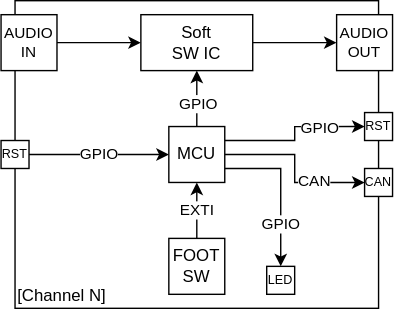
cracked-machine/4WayPedalMux keeps this draw.io diagram as design/Overview.drawio.svg. Above is the earlier version. Source tidied: cells renumbered, new cells last; positions are measured from the earlier drawing's top-left corner, leaving out a move shared by most shapes.
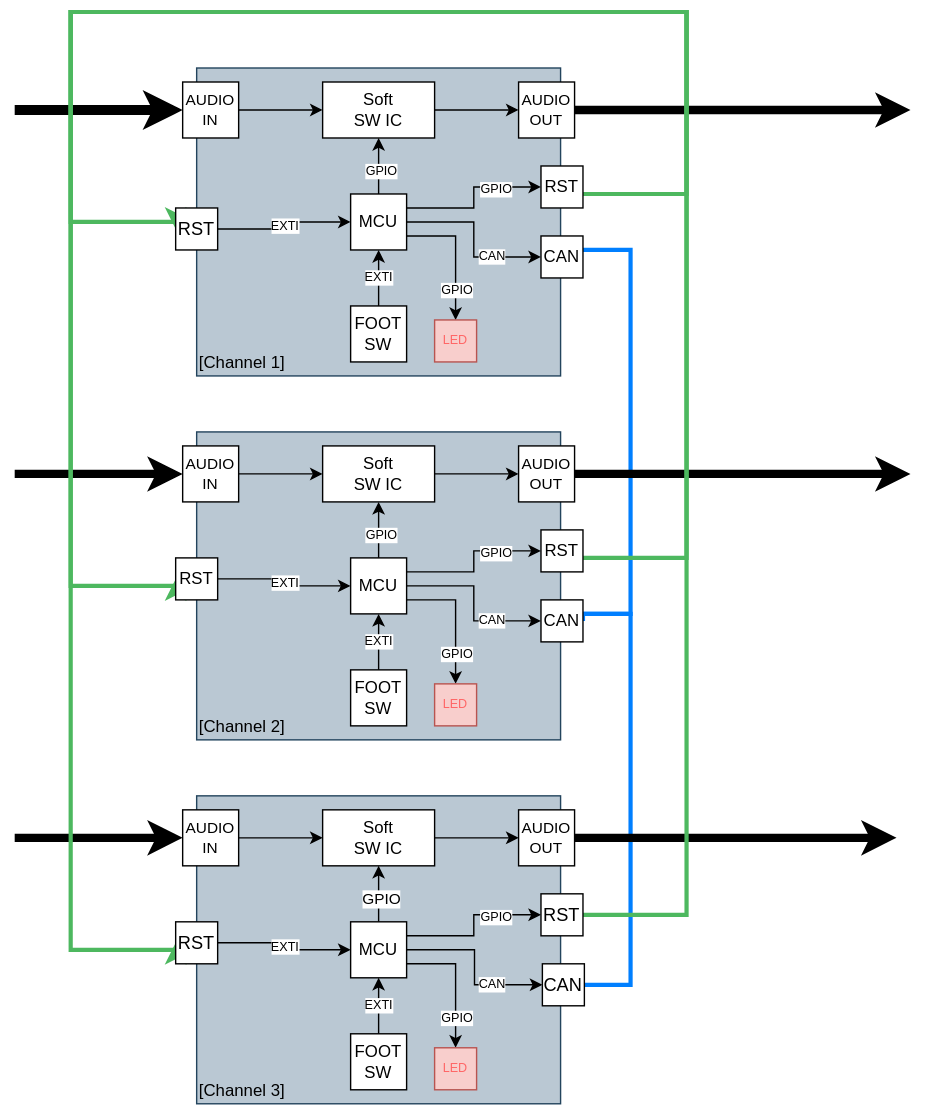
After the commit.

Change to the diagram source:
```diff
@@ -4,3 +4,3 @@
     <mxCell id="1" parent="0" />
-    <mxCell id="2" value="&lt;div&gt;&lt;br&gt;&lt;/div&gt;&lt;div&gt;&lt;br&gt;&lt;/div&gt;&lt;div&gt;&lt;br&gt;&lt;/div&gt;&lt;div&gt;&lt;br&gt;&lt;/div&gt;&lt;div&gt;&lt;br&gt;&lt;/div&gt;&lt;div&gt;&lt;br&gt;&lt;/div&gt;&lt;div&gt;&lt;br&gt;&lt;/div&gt;&lt;div&gt;&lt;br&gt;&lt;/div&gt;&lt;div&gt;&lt;br&gt;&lt;/div&gt;&lt;div&gt;&lt;br&gt;&lt;/div&gt;&lt;div&gt;&lt;br&gt;&lt;/div&gt;&lt;div&gt;&lt;br&gt;&lt;/div&gt;&lt;div align=&quot;left&quot;&gt;&lt;br&gt;&lt;/div&gt;&lt;div align=&quot;left&quot;&gt;&lt;br&gt;&lt;/div&gt;&lt;div align=&quot;left&quot;&gt;[Channel N]&lt;br&gt;&lt;/div&gt;" style="rounded=0;whiteSpace=wrap;html=1;align=left;" parent="1" vertex="1">
+    <mxCell id="2" value="&lt;div&gt;&lt;br&gt;&lt;/div&gt;&lt;div&gt;&lt;br&gt;&lt;/div&gt;&lt;div&gt;&lt;br&gt;&lt;/div&gt;&lt;div&gt;&lt;br&gt;&lt;/div&gt;&lt;div&gt;&lt;br&gt;&lt;/div&gt;&lt;div&gt;&lt;br&gt;&lt;/div&gt;&lt;div&gt;&lt;br&gt;&lt;/div&gt;&lt;div&gt;&lt;br&gt;&lt;/div&gt;&lt;div&gt;&lt;br&gt;&lt;/div&gt;&lt;div&gt;&lt;br&gt;&lt;/div&gt;&lt;div&gt;&lt;br&gt;&lt;/div&gt;&lt;div&gt;&lt;br&gt;&lt;/div&gt;&lt;div align=&quot;left&quot;&gt;&lt;br&gt;&lt;/div&gt;&lt;div align=&quot;left&quot;&gt;&lt;br&gt;&lt;/div&gt;&lt;div align=&quot;left&quot;&gt;[Channel 1]&lt;br&gt;&lt;/div&gt;" style="rounded=0;whiteSpace=wrap;html=1;align=left;fillColor=#bac8d3;strokeColor=#23445d;" parent="1" vertex="1">
       <mxGeometry x="10" width="260" height="220" as="geometry" />
@@ -16,3 +16,3 @@
     </mxCell>
-    <mxCell id="6" value="GPIO" style="edgeLabel;html=1;align=center;verticalAlign=middle;" parent="5" vertex="1">
+    <mxCell id="6" value="GPIO" style="edgeLabel;html=1;align=center;verticalAlign=middle;fontSize=9;" parent="5" vertex="1">
       <mxGeometry x="-0.2" y="-1" relative="1" as="geometry" />
@@ -22,3 +22,3 @@
     </mxCell>
-    <mxCell id="8" value="GPIO" style="edgeLabel;html=1;align=center;verticalAlign=middle;" parent="7" vertex="1">
+    <mxCell id="8" value="GPIO" style="edgeLabel;html=1;align=center;verticalAlign=middle;fontSize=9;" parent="7" vertex="1">
       <mxGeometry x="-0.15" y="2" relative="1" as="geometry">
@@ -30,3 +30,3 @@
     </mxCell>
-    <mxCell id="10" value="GPIO" style="edgeLabel;html=1;align=center;verticalAlign=middle;" parent="9" vertex="1">
+    <mxCell id="10" value="GPIO" style="edgeLabel;html=1;align=center;verticalAlign=middle;fontSize=9;" parent="9" vertex="1">
       <mxGeometry x="0.4" y="-1" relative="1" as="geometry" />
@@ -36,3 +36,3 @@
     </mxCell>
-    <mxCell id="12" value="CAN" style="edgeLabel;html=1;align=center;verticalAlign=middle;" parent="11" vertex="1">
+    <mxCell id="12" value="CAN" style="edgeLabel;html=1;align=center;verticalAlign=middle;fontSize=9;" parent="11" vertex="1">
       <mxGeometry x="0.39" y="1" relative="1" as="geometry" />
@@ -42,3 +42,3 @@
     </mxCell>
-    <mxCell id="14" value="EXTI" style="edgeStyle=orthogonalEdgeStyle;rounded=0;jettySize=auto;html=1;" parent="1" edge="1" source="15" target="13">
+    <mxCell id="14" value="EXTI" style="edgeStyle=orthogonalEdgeStyle;rounded=0;jettySize=auto;html=1;fontSize=9;" parent="1" edge="1" source="15" target="13">
       <mxGeometry relative="1" as="geometry" />
@@ -51,2 +51,7 @@
     </mxCell>
+    <mxCell id="24" style="edgeStyle=orthogonalEdgeStyle;rounded=0;jettySize=auto;html=1;strokeWidth=7;endArrow=none;endFill=0;startArrow=classic;startFill=1;" parent="1" edge="1" source="17">
+      <mxGeometry relative="1" as="geometry">
+        <mxPoint x="-120" y="30" as="targetPoint" />
+      </mxGeometry>
+    </mxCell>
     <mxCell id="17" value="&lt;div style=&quot;font-size: 11px;&quot;&gt;AUDIO&lt;/div&gt;&lt;div style=&quot;font-size: 11px;&quot;&gt;IN&lt;br style=&quot;font-size: 11px;&quot;&gt;&lt;/div&gt;" style="rounded=0;whiteSpace=wrap;html=1;fontSize=11;" parent="1" vertex="1">
@@ -54,2 +59,7 @@
     </mxCell>
+    <mxCell id="25" style="edgeStyle=orthogonalEdgeStyle;rounded=0;jettySize=auto;html=1;strokeWidth=6;" parent="1" edge="1" source="18">
+      <mxGeometry relative="1" as="geometry">
+        <mxPoint x="520" y="30" as="targetPoint" />
+      </mxGeometry>
+    </mxCell>
     <mxCell id="18" value="&lt;div style=&quot;font-size: 11px;&quot;&gt;AUDIO&lt;/div&gt;&lt;div style=&quot;font-size: 11px;&quot;&gt;OUT&lt;br style=&quot;font-size: 11px;&quot;&gt;&lt;/div&gt;" style="rounded=0;whiteSpace=wrap;html=1;fontSize=11;" parent="1" vertex="1">
@@ -57,17 +67,219 @@
     </mxCell>
-    <mxCell id="19" value="LED" style="whiteSpace=wrap;html=1;fontSize=9;" parent="1" vertex="1">
-      <mxGeometry x="190" y="190" width="20" height="20" as="geometry" />
+    <mxCell id="19" value="LED" style="whiteSpace=wrap;html=1;fontSize=9;fillColor=#f8cecc;strokeColor=#b85450;fontColor=#FF6666;" parent="1" vertex="1">
+      <mxGeometry x="180" y="180" width="30" height="30" as="geometry" />
     </mxCell>
+    <mxCell id="26" style="edgeStyle=orthogonalEdgeStyle;rounded=0;jettySize=auto;html=1;entryX=0;entryY=0.5;entryDx=0;entryDy=0;fillColor=#f8cecc;strokeColor=#4DB85F;strokeWidth=3;" parent="1" edge="1" source="20" target="23">
+      <mxGeometry relative="1" as="geometry">
+        <Array as="points">
+          <mxPoint x="360" y="90" />
+          <mxPoint x="360" y="-40" />
+          <mxPoint x="-80" y="-40" />
+          <mxPoint x="-80" y="110" />
+        </Array>
+      </mxGeometry>
+    </mxCell>
-    <mxCell id="20" value="&lt;font style=&quot;font-size: 9px;&quot;&gt;RST&lt;/font&gt;" style="rounded=0;whiteSpace=wrap;html=1;fontSize=9;" parent="1" vertex="1">
-      <mxGeometry x="260" y="80" width="20" height="20" as="geometry" />
+    <mxCell id="20" value="&lt;font style=&quot;font-size: 12px;&quot;&gt;RST&lt;/font&gt;" style="rounded=0;whiteSpace=wrap;html=1;fontSize=12;" parent="1" vertex="1">
+      <mxGeometry x="256" y="70" width="30" height="30" as="geometry" />
     </mxCell>
+    <mxCell id="27" style="edgeStyle=orthogonalEdgeStyle;rounded=0;jettySize=auto;html=1;entryX=1;entryY=0.5;entryDx=0;entryDy=0;endArrow=none;endFill=0;strokeColor=#007FFF;strokeWidth=3;" parent="1" edge="1" source="21" target="51">
+      <mxGeometry relative="1" as="geometry">
+        <Array as="points">
+          <mxPoint x="320" y="130" />
+          <mxPoint x="320" y="390" />
+        </Array>
+      </mxGeometry>
+    </mxCell>
-    <mxCell id="21" value="CAN" style="rounded=0;whiteSpace=wrap;html=1;fontSize=9;" parent="1" vertex="1">
-      <mxGeometry x="260" y="120" width="20" height="20" as="geometry" />
+    <mxCell id="21" value="CAN" style="rounded=0;whiteSpace=wrap;html=1;fontSize=12;" parent="1" vertex="1">
+      <mxGeometry x="256" y="120" width="30" height="30" as="geometry" />
     </mxCell>
-    <mxCell id="22" value="GPIO" style="edgeStyle=orthogonalEdgeStyle;rounded=0;jettySize=auto;html=1;entryX=0;entryY=0.5;entryDx=0;entryDy=0;" parent="1" edge="1" source="23" target="13">
-      <mxGeometry relative="1" as="geometry" />
+    <mxCell id="22" value="EXTI" style="edgeStyle=orthogonalEdgeStyle;rounded=0;jettySize=auto;html=1;entryX=0;entryY=0.5;entryDx=0;entryDy=0;fontSize=9;" parent="1" edge="1" source="23" target="13">
+      <mxGeometry x="0.01" relative="1" as="geometry" />
     </mxCell>
-    <mxCell id="23" value="&lt;font style=&quot;font-size: 9px;&quot;&gt;RST&lt;/font&gt;" style="rounded=0;whiteSpace=wrap;html=1;fontSize=9;" parent="1" vertex="1">
-      <mxGeometry y="100" width="20" height="20" as="geometry" />
+    <mxCell id="23" value="&lt;font style=&quot;font-size: 13px;&quot;&gt;RST&lt;/font&gt;" style="rounded=0;whiteSpace=wrap;html=1;fontSize=13;" parent="1" vertex="1">
+      <mxGeometry x="-5" y="100" width="30" height="30" as="geometry" />
     </mxCell>
+    <mxCell id="28" value="&lt;div&gt;&lt;br&gt;&lt;/div&gt;&lt;div&gt;&lt;br&gt;&lt;/div&gt;&lt;div&gt;&lt;br&gt;&lt;/div&gt;&lt;div&gt;&lt;br&gt;&lt;/div&gt;&lt;div&gt;&lt;br&gt;&lt;/div&gt;&lt;div&gt;&lt;br&gt;&lt;/div&gt;&lt;div&gt;&lt;br&gt;&lt;/div&gt;&lt;div&gt;&lt;br&gt;&lt;/div&gt;&lt;div&gt;&lt;br&gt;&lt;/div&gt;&lt;div&gt;&lt;br&gt;&lt;/div&gt;&lt;div&gt;&lt;br&gt;&lt;/div&gt;&lt;div&gt;&lt;br&gt;&lt;/div&gt;&lt;div align=&quot;left&quot;&gt;&lt;br&gt;&lt;/div&gt;&lt;div align=&quot;left&quot;&gt;&lt;br&gt;&lt;/div&gt;&lt;div align=&quot;left&quot;&gt;[Channel 2]&lt;br&gt;&lt;/div&gt;" style="rounded=0;whiteSpace=wrap;html=1;align=left;fillColor=#bac8d3;strokeColor=#23445d;" parent="1" vertex="1">
+      <mxGeometry x="10" y="260" width="260" height="220" as="geometry" />
+    </mxCell>
+    <mxCell id="29" style="edgeStyle=orthogonalEdgeStyle;rounded=0;jettySize=auto;html=1;" parent="1" edge="1" source="30" target="46">
+      <mxGeometry relative="1" as="geometry" />
+    </mxCell>
+    <mxCell id="30" value="&lt;div&gt;Soft&lt;/div&gt;&lt;div&gt;SW IC&lt;br&gt;&lt;/div&gt;" style="rounded=0;whiteSpace=wrap;html=1;" parent="1" vertex="1">
+      <mxGeometry x="100" y="270" width="80" height="40" as="geometry" />
+    </mxCell>
+    <mxCell id="31" style="edgeStyle=orthogonalEdgeStyle;rounded=0;jettySize=auto;html=1;" parent="1" edge="1" source="39" target="30">
+      <mxGeometry relative="1" as="geometry" />
+    </mxCell>
+    <mxCell id="32" value="GPIO" style="edgeLabel;html=1;align=center;verticalAlign=middle;fontSize=9;" parent="31" vertex="1">
+      <mxGeometry x="-0.2" y="-1" relative="1" as="geometry" />
+    </mxCell>
+    <mxCell id="33" style="edgeStyle=orthogonalEdgeStyle;rounded=0;jettySize=auto;html=1;exitX=1;exitY=0.75;exitDx=0;exitDy=0;" parent="1" edge="1" source="39" target="47">
+      <mxGeometry relative="1" as="geometry" />
+    </mxCell>
+    <mxCell id="34" value="GPIO" style="edgeLabel;html=1;align=center;verticalAlign=middle;fontSize=9;" parent="33" vertex="1">
+      <mxGeometry x="-0.15" y="2" relative="1" as="geometry">
+        <mxPoint x="-2" y="33" as="offset" />
+      </mxGeometry>
+    </mxCell>
+    <mxCell id="35" style="edgeStyle=orthogonalEdgeStyle;rounded=0;jettySize=auto;html=1;entryX=0;entryY=0.5;entryDx=0;entryDy=0;exitX=1;exitY=0.25;exitDx=0;exitDy=0;" parent="1" edge="1" source="39" target="49">
+      <mxGeometry relative="1" as="geometry" />
+    </mxCell>
+    <mxCell id="36" value="GPIO" style="edgeLabel;html=1;align=center;verticalAlign=middle;fontSize=9;" parent="35" vertex="1">
+      <mxGeometry x="0.4" y="-1" relative="1" as="geometry" />
+    </mxCell>
+    <mxCell id="37" style="edgeStyle=orthogonalEdgeStyle;rounded=0;jettySize=auto;html=1;exitX=1;exitY=0.5;exitDx=0;exitDy=0;" parent="1" edge="1" source="39" target="51">
+      <mxGeometry relative="1" as="geometry" />
+    </mxCell>
+    <mxCell id="38" value="CAN" style="edgeLabel;html=1;align=center;verticalAlign=middle;fontSize=9;" parent="37" vertex="1">
+      <mxGeometry x="0.39" y="1" relative="1" as="geometry" />
+    </mxCell>
+    <mxCell id="39" value="MCU" style="whiteSpace=wrap;html=1;" parent="1" vertex="1">
+      <mxGeometry x="120" y="350" width="40" height="40" as="geometry" />
+    </mxCell>
+    <mxCell id="40" value="EXTI" style="edgeStyle=orthogonalEdgeStyle;rounded=0;jettySize=auto;html=1;fontSize=9;" parent="1" edge="1" source="41" target="39">
+      <mxGeometry relative="1" as="geometry" />
+    </mxCell>
+    <mxCell id="41" value="&lt;div&gt;FOOT&lt;/div&gt;&lt;div&gt;SW&lt;br&gt;&lt;/div&gt;" style="rounded=0;whiteSpace=wrap;html=1;" parent="1" vertex="1">
+      <mxGeometry x="120" y="430" width="40" height="40" as="geometry" />
+    </mxCell>
+    <mxCell id="42" style="edgeStyle=orthogonalEdgeStyle;rounded=0;jettySize=auto;html=1;entryX=0;entryY=0.5;entryDx=0;entryDy=0;" parent="1" edge="1" source="44" target="30">
+      <mxGeometry relative="1" as="geometry" />
+    </mxCell>
+    <mxCell id="43" style="edgeStyle=orthogonalEdgeStyle;rounded=0;jettySize=auto;html=1;endArrow=none;endFill=0;startArrow=classic;startFill=1;strokeWidth=6;" parent="1" edge="1" source="44">
+      <mxGeometry relative="1" as="geometry">
+        <mxPoint x="-120" y="290" as="targetPoint" />
+      </mxGeometry>
+    </mxCell>
+    <mxCell id="44" value="&lt;div style=&quot;font-size: 11px;&quot;&gt;AUDIO&lt;/div&gt;&lt;div style=&quot;font-size: 11px;&quot;&gt;IN&lt;br style=&quot;font-size: 11px;&quot;&gt;&lt;/div&gt;" style="rounded=0;whiteSpace=wrap;html=1;fontSize=11;" parent="1" vertex="1">
+      <mxGeometry y="270" width="40" height="40" as="geometry" />
+    </mxCell>
+    <mxCell id="45" style="edgeStyle=orthogonalEdgeStyle;rounded=0;jettySize=auto;html=1;strokeWidth=6;" parent="1" edge="1" source="46">
+      <mxGeometry relative="1" as="geometry">
+        <mxPoint x="520" y="290" as="targetPoint" />
+      </mxGeometry>
+    </mxCell>
+    <mxCell id="46" value="&lt;div style=&quot;font-size: 11px;&quot;&gt;AUDIO&lt;/div&gt;&lt;div style=&quot;font-size: 11px;&quot;&gt;OUT&lt;br style=&quot;font-size: 11px;&quot;&gt;&lt;/div&gt;" style="rounded=0;whiteSpace=wrap;html=1;fontSize=11;" parent="1" vertex="1">
+      <mxGeometry x="240" y="270" width="40" height="40" as="geometry" />
+    </mxCell>
+    <mxCell id="47" value="LED" style="whiteSpace=wrap;html=1;fontSize=9;fillColor=#f8cecc;strokeColor=#b85450;fontColor=#FF6666;" parent="1" vertex="1">
+      <mxGeometry x="180" y="440" width="30" height="30" as="geometry" />
+    </mxCell>
+    <mxCell id="48" style="edgeStyle=orthogonalEdgeStyle;rounded=0;jettySize=auto;html=1;entryX=0;entryY=0.5;entryDx=0;entryDy=0;strokeColor=#4DB85F;strokeWidth=3;" parent="1" edge="1" source="49" target="53">
+      <mxGeometry relative="1" as="geometry">
+        <Array as="points">
+          <mxPoint x="360" y="350" />
+          <mxPoint x="360" y="-40" />
+          <mxPoint x="-80" y="-40" />
+          <mxPoint x="-80" y="370" />
+        </Array>
+      </mxGeometry>
+    </mxCell>
+    <mxCell id="49" value="&lt;font style=&quot;font-size: 12px;&quot;&gt;RST&lt;/font&gt;" style="rounded=0;whiteSpace=wrap;html=1;fontSize=12;" parent="1" vertex="1">
+      <mxGeometry x="256" y="330" width="30" height="30" as="geometry" />
+    </mxCell>
+    <mxCell id="50" style="edgeStyle=orthogonalEdgeStyle;rounded=0;jettySize=auto;html=1;entryX=1;entryY=0.5;entryDx=0;entryDy=0;endArrow=none;endFill=0;strokeColor=#007FFF;strokeWidth=3;" parent="1" edge="1" source="51" target="76">
+      <mxGeometry relative="1" as="geometry">
+        <Array as="points">
+          <mxPoint x="320" y="390" />
+          <mxPoint x="320" y="655" />
+        </Array>
+      </mxGeometry>
+    </mxCell>
+    <mxCell id="51" value="CAN" style="rounded=0;whiteSpace=wrap;html=1;fontSize=12;" parent="1" vertex="1">
+      <mxGeometry x="256" y="380" width="30" height="30" as="geometry" />
+    </mxCell>
+    <mxCell id="52" value="EXTI" style="edgeStyle=orthogonalEdgeStyle;rounded=0;jettySize=auto;html=1;entryX=0;entryY=0.5;entryDx=0;entryDy=0;fontSize=9;" parent="1" edge="1" source="53" target="39">
+      <mxGeometry x="0.01" relative="1" as="geometry" />
+    </mxCell>
+    <mxCell id="53" value="&lt;font style=&quot;font-size: 12px;&quot;&gt;RST&lt;/font&gt;" style="rounded=0;whiteSpace=wrap;html=1;fontSize=12;" parent="1" vertex="1">
+      <mxGeometry x="-5" y="350" width="30" height="30" as="geometry" />
+    </mxCell>
+    <mxCell id="54" value="&lt;div&gt;&lt;br&gt;&lt;/div&gt;&lt;div&gt;&lt;br&gt;&lt;/div&gt;&lt;div&gt;&lt;br&gt;&lt;/div&gt;&lt;div&gt;&lt;br&gt;&lt;/div&gt;&lt;div&gt;&lt;br&gt;&lt;/div&gt;&lt;div&gt;&lt;br&gt;&lt;/div&gt;&lt;div&gt;&lt;br&gt;&lt;/div&gt;&lt;div&gt;&lt;br&gt;&lt;/div&gt;&lt;div&gt;&lt;br&gt;&lt;/div&gt;&lt;div&gt;&lt;br&gt;&lt;/div&gt;&lt;div&gt;&lt;br&gt;&lt;/div&gt;&lt;div&gt;&lt;br&gt;&lt;/div&gt;&lt;div align=&quot;left&quot;&gt;&lt;br&gt;&lt;/div&gt;&lt;div align=&quot;left&quot;&gt;&lt;br&gt;&lt;/div&gt;&lt;div align=&quot;left&quot;&gt;[Channel 3]&lt;br&gt;&lt;/div&gt;" style="rounded=0;whiteSpace=wrap;html=1;align=left;fillColor=#bac8d3;strokeColor=#23445d;" parent="1" vertex="1">
+      <mxGeometry x="10" y="520" width="260" height="220" as="geometry" />
+    </mxCell>
+    <mxCell id="55" style="edgeStyle=orthogonalEdgeStyle;rounded=0;jettySize=auto;html=1;" parent="1" edge="1" source="56" target="72">
+      <mxGeometry relative="1" as="geometry" />
+    </mxCell>
+    <mxCell id="56" value="&lt;div&gt;Soft&lt;/div&gt;&lt;div&gt;SW IC&lt;br&gt;&lt;/div&gt;" style="rounded=0;whiteSpace=wrap;html=1;" parent="1" vertex="1">
+      <mxGeometry x="100" y="530" width="80" height="40" as="geometry" />
+    </mxCell>
+    <mxCell id="57" style="edgeStyle=orthogonalEdgeStyle;rounded=0;jettySize=auto;html=1;" parent="1" edge="1" source="65" target="56">
+      <mxGeometry relative="1" as="geometry" />
+    </mxCell>
+    <mxCell id="58" value="GPIO" style="edgeLabel;html=1;align=center;verticalAlign=middle;" parent="57" vertex="1">
+      <mxGeometry x="-0.2" y="-1" relative="1" as="geometry" />
+    </mxCell>
+    <mxCell id="59" style="edgeStyle=orthogonalEdgeStyle;rounded=0;jettySize=auto;html=1;exitX=1;exitY=0.75;exitDx=0;exitDy=0;" parent="1" edge="1" source="65" target="73">
+      <mxGeometry relative="1" as="geometry" />
+    </mxCell>
+    <mxCell id="60" value="GPIO" style="edgeLabel;html=1;align=center;verticalAlign=middle;fontSize=9;" parent="59" vertex="1">
+      <mxGeometry x="-0.15" y="2" relative="1" as="geometry">
+        <mxPoint x="-2" y="33" as="offset" />
+      </mxGeometry>
+    </mxCell>
+    <mxCell id="61" style="edgeStyle=orthogonalEdgeStyle;rounded=0;jettySize=auto;html=1;entryX=0;entryY=0.5;entryDx=0;entryDy=0;exitX=1;exitY=0.25;exitDx=0;exitDy=0;" parent="1" edge="1" source="65" target="75">
+      <mxGeometry relative="1" as="geometry" />
+    </mxCell>
+    <mxCell id="62" value="GPIO" style="edgeLabel;html=1;align=center;verticalAlign=middle;fontSize=9;" parent="61" vertex="1">
+      <mxGeometry x="0.4" y="-1" relative="1" as="geometry" />
+    </mxCell>
+    <mxCell id="63" style="edgeStyle=orthogonalEdgeStyle;rounded=0;jettySize=auto;html=1;exitX=1;exitY=0.5;exitDx=0;exitDy=0;" parent="1" edge="1" source="65" target="76">
+      <mxGeometry relative="1" as="geometry" />
+    </mxCell>
+    <mxCell id="64" value="CAN" style="edgeLabel;html=1;align=center;verticalAlign=middle;fontSize=9;" parent="63" vertex="1">
+      <mxGeometry x="0.39" y="1" relative="1" as="geometry" />
+    </mxCell>
+    <mxCell id="65" value="MCU" style="whiteSpace=wrap;html=1;" parent="1" vertex="1">
+      <mxGeometry x="120" y="610" width="40" height="40" as="geometry" />
+    </mxCell>
+    <mxCell id="66" value="EXTI" style="edgeStyle=orthogonalEdgeStyle;rounded=0;jettySize=auto;html=1;fontSize=9;" parent="1" edge="1" source="67" target="65">
+      <mxGeometry relative="1" as="geometry" />
+    </mxCell>
+    <mxCell id="67" value="&lt;div&gt;FOOT&lt;/div&gt;&lt;div&gt;SW&lt;br&gt;&lt;/div&gt;" style="rounded=0;whiteSpace=wrap;html=1;" parent="1" vertex="1">
+      <mxGeometry x="120" y="690" width="40" height="40" as="geometry" />
+    </mxCell>
+    <mxCell id="68" style="edgeStyle=orthogonalEdgeStyle;rounded=0;jettySize=auto;html=1;entryX=0;entryY=0.5;entryDx=0;entryDy=0;" parent="1" edge="1" source="70" target="56">
+      <mxGeometry relative="1" as="geometry" />
+    </mxCell>
+    <mxCell id="69" style="edgeStyle=orthogonalEdgeStyle;rounded=0;jettySize=auto;html=1;endArrow=none;endFill=0;startArrow=classic;startFill=1;strokeWidth=6;" parent="1" edge="1" source="70">
+      <mxGeometry relative="1" as="geometry">
+        <mxPoint x="-120" y="550" as="targetPoint" />
+      </mxGeometry>
+    </mxCell>
+    <mxCell id="70" value="&lt;div style=&quot;font-size: 11px;&quot;&gt;AUDIO&lt;/div&gt;&lt;div style=&quot;font-size: 11px;&quot;&gt;IN&lt;br style=&quot;font-size: 11px;&quot;&gt;&lt;/div&gt;" style="rounded=0;whiteSpace=wrap;html=1;fontSize=11;" parent="1" vertex="1">
+      <mxGeometry y="530" width="40" height="40" as="geometry" />
+    </mxCell>
+    <mxCell id="71" style="edgeStyle=orthogonalEdgeStyle;rounded=0;jettySize=auto;html=1;strokeWidth=6;" parent="1" edge="1" source="72">
+      <mxGeometry relative="1" as="geometry">
+        <mxPoint x="510" y="550" as="targetPoint" />
+      </mxGeometry>
+    </mxCell>
+    <mxCell id="72" value="&lt;div style=&quot;font-size: 11px;&quot;&gt;AUDIO&lt;/div&gt;&lt;div style=&quot;font-size: 11px;&quot;&gt;OUT&lt;br style=&quot;font-size: 11px;&quot;&gt;&lt;/div&gt;" style="rounded=0;whiteSpace=wrap;html=1;fontSize=11;" parent="1" vertex="1">
+      <mxGeometry x="240" y="530" width="40" height="40" as="geometry" />
+    </mxCell>
+    <mxCell id="73" value="LED" style="whiteSpace=wrap;html=1;fontSize=9;fillColor=#f8cecc;strokeColor=#b85450;fontColor=#FF6666;" parent="1" vertex="1">
+      <mxGeometry x="180" y="700" width="30" height="30" as="geometry" />
+    </mxCell>
+    <mxCell id="74" style="edgeStyle=orthogonalEdgeStyle;rounded=0;jettySize=auto;html=1;entryX=0;entryY=0.5;entryDx=0;entryDy=0;strokeWidth=3;strokeColor=#4DB85F;" parent="1" edge="1" source="75" target="78">
+      <mxGeometry relative="1" as="geometry">
+        <Array as="points">
+          <mxPoint x="360" y="605" />
+          <mxPoint x="360" y="-40" />
+          <mxPoint x="-80" y="-40" />
+          <mxPoint x="-80" y="630" />
+        </Array>
+      </mxGeometry>
+    </mxCell>
+    <mxCell id="75" value="&lt;font style=&quot;font-size: 13px;&quot;&gt;RST&lt;/font&gt;" style="rounded=0;whiteSpace=wrap;html=1;fontSize=13;" parent="1" vertex="1">
+      <mxGeometry x="256" y="590" width="30" height="30" as="geometry" />
+    </mxCell>
+    <mxCell id="76" value="CAN" style="rounded=0;whiteSpace=wrap;html=1;fontSize=13;" parent="1" vertex="1">
+      <mxGeometry x="257" y="640" width="30" height="30" as="geometry" />
+    </mxCell>
+    <mxCell id="77" value="EXTI" style="edgeStyle=orthogonalEdgeStyle;rounded=0;jettySize=auto;html=1;entryX=0;entryY=0.5;entryDx=0;entryDy=0;fontSize=9;" parent="1" edge="1" source="78" target="65">
+      <mxGeometry x="0.01" relative="1" as="geometry" />
+    </mxCell>
+    <mxCell id="78" value="&lt;font style=&quot;font-size: 13px;&quot;&gt;RST&lt;/font&gt;" style="rounded=0;whiteSpace=wrap;html=1;fontSize=13;" parent="1" vertex="1">
+      <mxGeometry x="-5" y="610" width="30" height="30" as="geometry" />
+    </mxCell>
   </root>
```
